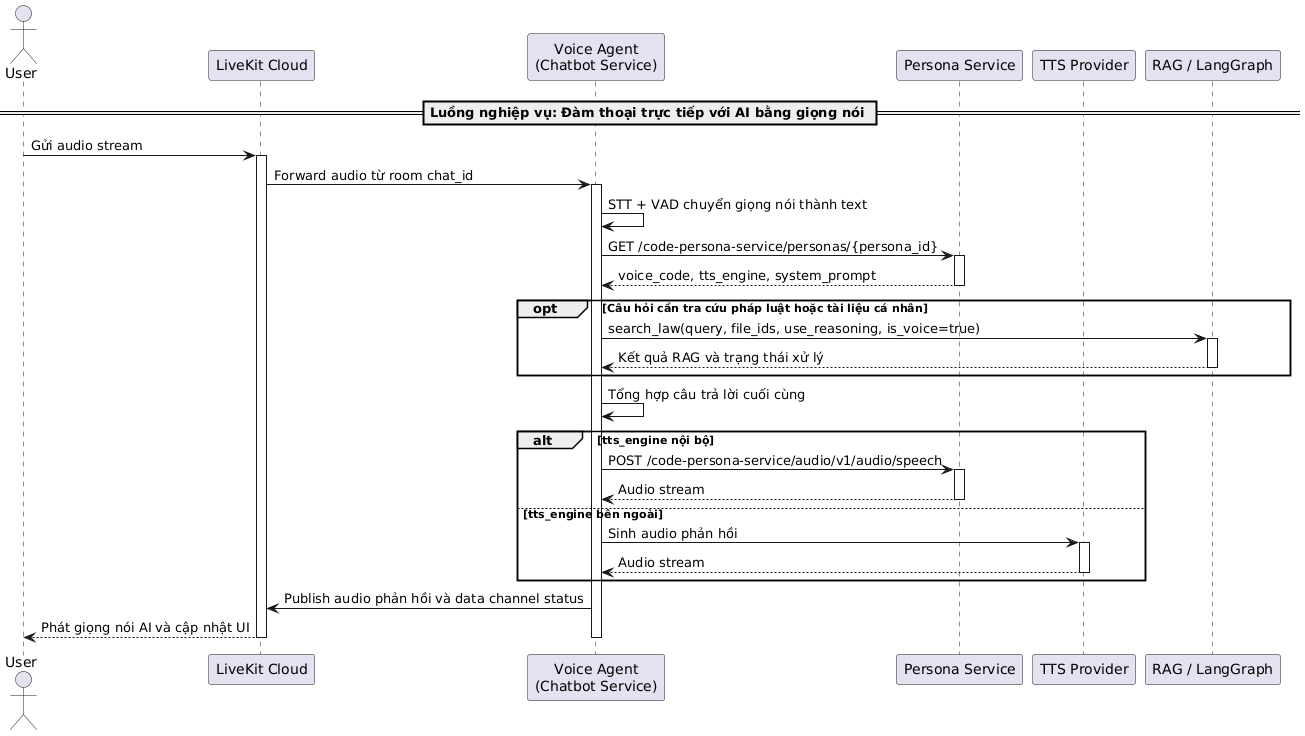
Earlier version of the PlantUML export temp/05-sequence/UML-Sequence-37.png (20206205Tech/docs-uml).
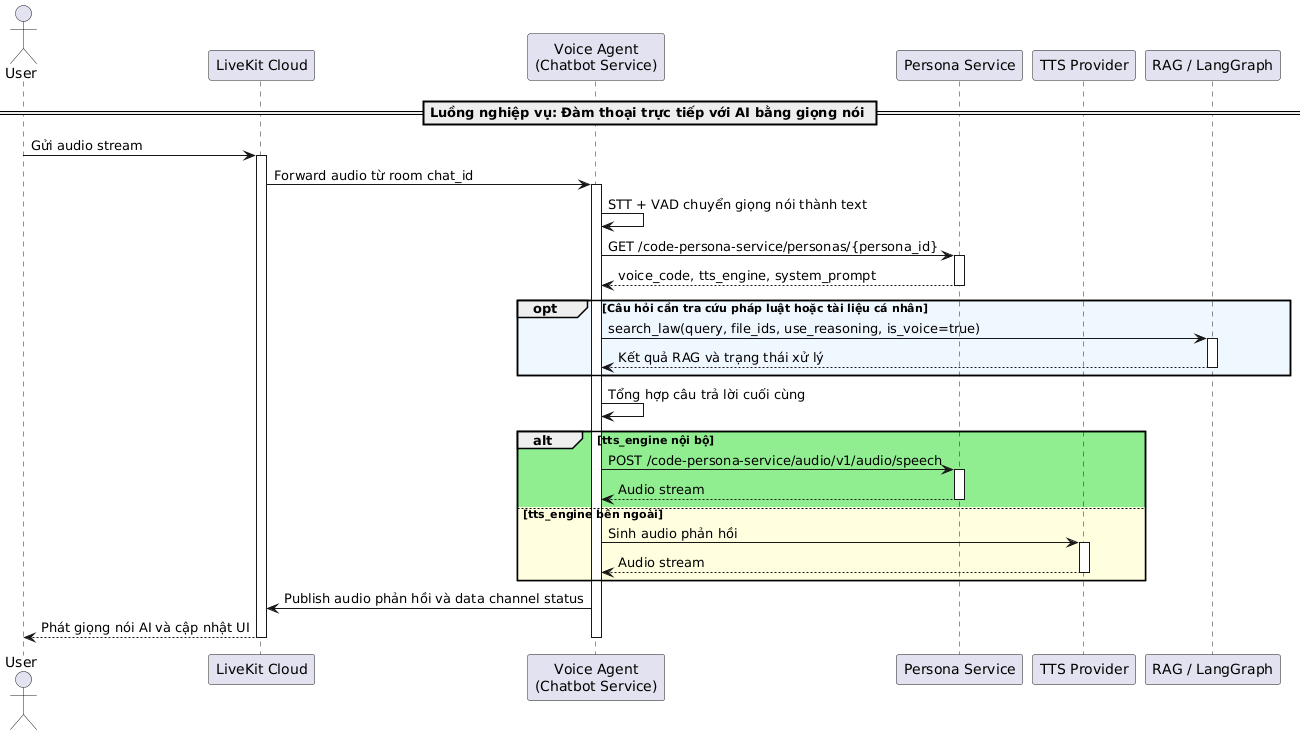
Above is the later version.

Diff of the diagram source:
```diff
@@ -19,7 +19,7 @@
 PersonaService --> VoiceAgent: voice_code, tts_engine, system_prompt
 deactivate PersonaService
 
-opt Câu hỏi cần tra cứu pháp luật hoặc tài liệu cá nhân
+opt #AliceBlue Câu hỏi cần tra cứu pháp luật hoặc tài liệu cá nhân
     VoiceAgent -> RAG: search_law(query, file_ids, use_reasoning, is_voice=true)
     activate RAG
     RAG --> VoiceAgent: Kết quả RAG và trạng thái xử lý
@@ -28,12 +28,12 @@
 
 VoiceAgent -> VoiceAgent: Tổng hợp câu trả lời cuối cùng
 
-alt tts_engine nội bộ
+alt #LightGreen tts_engine nội bộ
     VoiceAgent -> PersonaService: POST /code-persona-service/audio/v1/audio/speech
     activate PersonaService
     PersonaService --> VoiceAgent: Audio stream
     deactivate PersonaService
-else tts_engine bên ngoài
+else #LightYellow tts_engine bên ngoài
     VoiceAgent -> TTSProvider: Sinh audio phản hồi
     activate TTSProvider
     TTSProvider --> VoiceAgent: Audio stream
```
